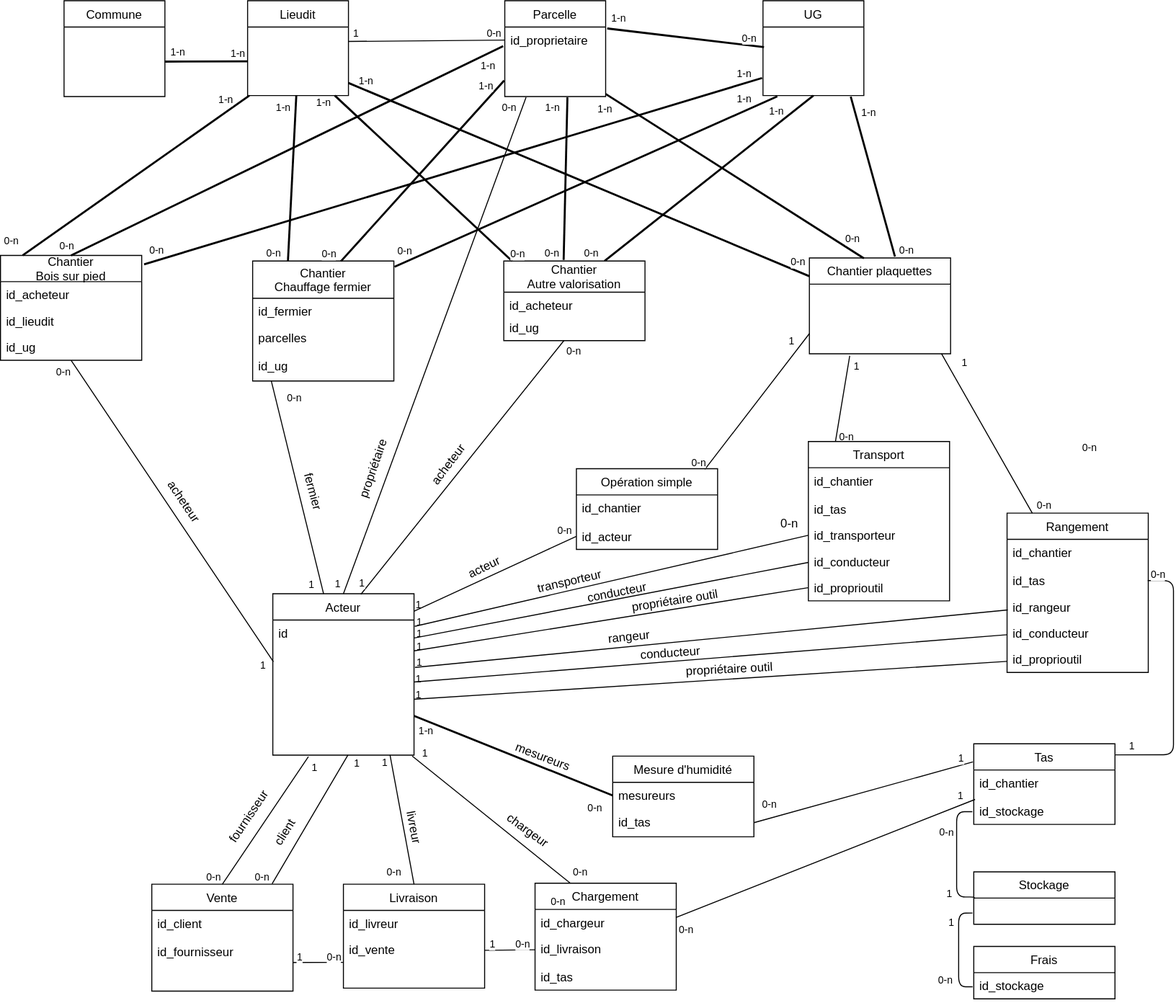
Before: docs/mcd-bdl.svg, a diagram exported from draw.io (bdlarzac/chantiers). Source tidied: cells renumbered, new cells last; positions are measured from the earlier drawing's top-left corner, leaving out a move shared by most shapes.
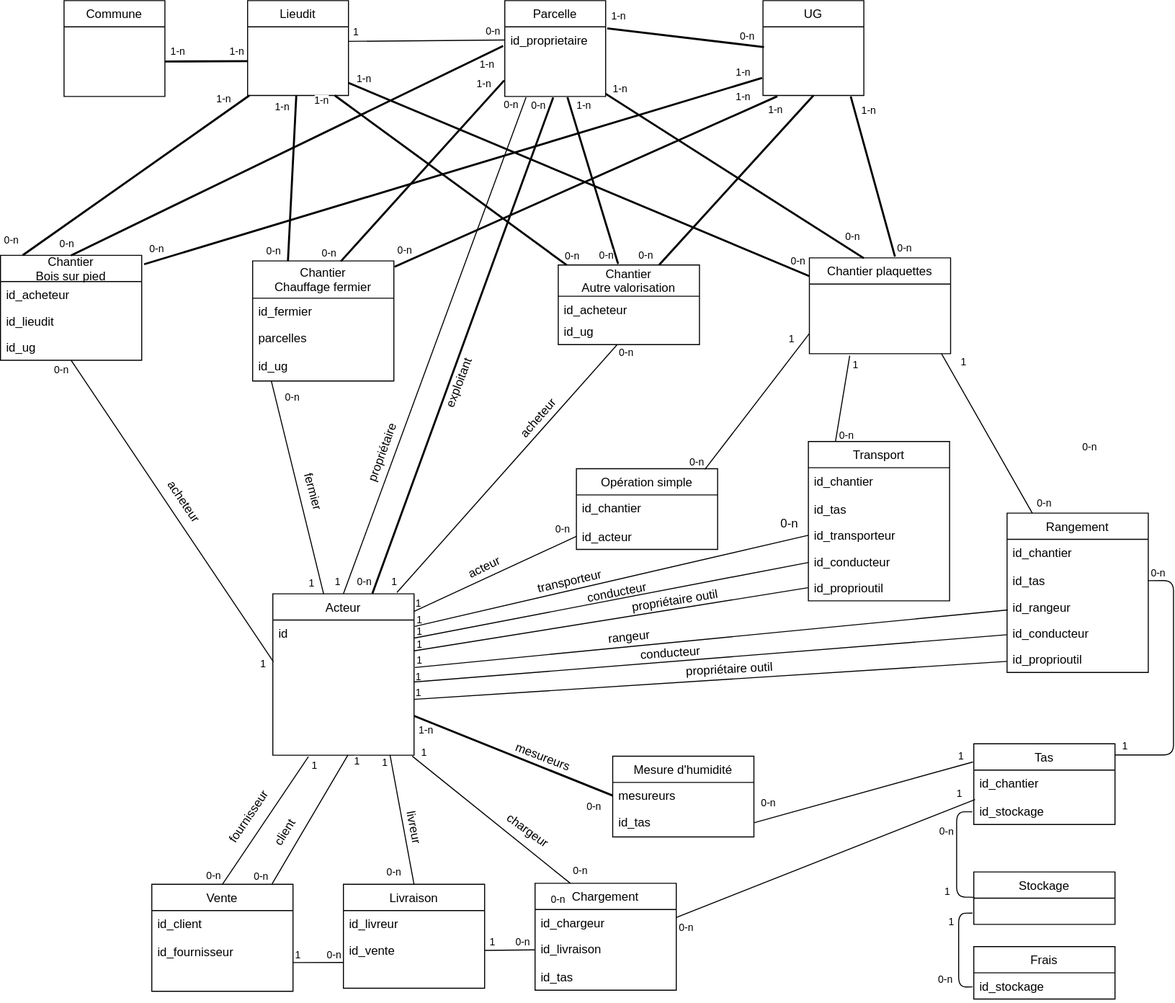
After the commit.

Change to the diagram source:
```diff
@@ -109,12 +109,12 @@
         <mxPoint x="-17.7" y="17.1" as="offset" />
       </mxGeometry>
     </mxCell>
-    <mxCell id="26" style="endArrow=none;html=1;exitX=0.624;exitY=0.003;exitDx=0;exitDy=0;exitPerimeter=0;" parent="1" edge="1" source="11" target="117">
+    <mxCell id="26" style="endArrow=none;html=1;exitX=0.879;exitY=-0.008;exitDx=0;exitDy=0;exitPerimeter=0;" parent="1" edge="1" source="11" target="117">
       <mxGeometry relative="1" as="geometry" />
     </mxCell>
     <mxCell id="27" value="1" style="html=1;align=left;verticalAlign=bottom;labelBackgroundColor=#ffffff;fontSize=10;" parent="26" vertex="1">
       <mxGeometry x="-1" relative="1" as="geometry">
-        <mxPoint x="-3.4" y="-4.5" as="offset" />
+        <mxPoint x="-7.1" y="-1.7" as="offset" />
       </mxGeometry>
     </mxCell>
     <mxCell id="28" value="0-n" style="html=1;align=right;verticalAlign=bottom;labelBackgroundColor=#ffffff;fontSize=10;" parent="26" vertex="1">
@@ -161,7 +161,7 @@
     </mxCell>
     <mxCell id="37" value="0-n" style="html=1;align=right;verticalAlign=bottom;labelBackgroundColor=#ffffff;fontSize=10;" parent="35" vertex="1">
       <mxGeometry x="1" relative="1" as="geometry">
-        <mxPoint x="-10.4" y="17.8" as="offset" />
+        <mxPoint x="-6.1" y="16.1" as="offset" />
       </mxGeometry>
     </mxCell>
     <mxCell id="38" style="endArrow=none;html=1;strokeWidth=2;entryX=0.606;entryY=-0.014;entryDx=0;entryDy=0;entryPerimeter=0;" parent="1" edge="1" target="99">
@@ -300,7 +300,7 @@
     </mxCell>
     <mxCell id="67" value="1" style="html=1;align=right;verticalAlign=bottom;labelBackgroundColor=#ffffff;fontSize=10;" parent="66" vertex="1">
       <mxGeometry x="1" relative="1" as="geometry">
-        <mxPoint x="20" y="-1" as="offset" />
+        <mxPoint x="14" y="0.3" as="offset" />
       </mxGeometry>
     </mxCell>
     <mxCell id="68" value="0-n" style="html=1;align=left;verticalAlign=bottom;labelBackgroundColor=#ffffff;fontSize=10;" parent="66" vertex="1">
@@ -489,20 +489,11 @@
     <mxCell id="114" value="transporteur" style="text;html=1;strokeColor=none;fillColor=none;align=center;verticalAlign=middle;whiteSpace=wrap;rounded=0;rotation=347;" parent="1" vertex="1">
       <mxGeometry x="534" y="566" width="61" height="20" as="geometry" />
     </mxCell>
-    <mxCell id="115" value="Chantier&#10;Autre valorisation" style="swimlane;fontStyle=0;horizontal=1;startSize=31;fillColor=none;" parent="1" vertex="1">
-      <mxGeometry x="499" y="258" width="140" height="79" as="geometry" />
-    </mxCell>
-    <mxCell id="116" value="id_acheteur" style="text;strokeColor=none;fillColor=none;align=left;verticalAlign=top;spacingLeft=4;spacingRight=4;overflow=hidden;" parent="115" vertex="1">
-      <mxGeometry y="31" width="140" height="22" as="geometry" />
-    </mxCell>
-    <mxCell id="117" value="id_ug" style="text;strokeColor=none;fillColor=none;align=left;verticalAlign=top;spacingLeft=4;spacingRight=4;overflow=hidden;points=[[0,0.5],[1,0.5]];portConstraint=eastwest;" parent="115" vertex="1">
-      <mxGeometry y="53" width="140" height="26" as="geometry" />
-    </mxCell>
-    <mxCell id="118" value="acheteur" style="text;html=1;strokeColor=none;fillColor=none;align=center;verticalAlign=middle;whiteSpace=wrap;rounded=0;rotation=307;" parent="1" vertex="1">
-      <mxGeometry x="416" y="450" width="57" height="20" as="geometry" />
+    <mxCell id="118" value="acheteur" style="text;html=1;strokeColor=none;fillColor=none;align=center;verticalAlign=middle;whiteSpace=wrap;rounded=0;rotation=311;" parent="1" vertex="1">
+      <mxGeometry x="505" y="404" width="57" height="20" as="geometry" />
     </mxCell>
-    <mxCell id="119" value="propriétaire" style="text;html=1;strokeColor=none;fillColor=none;align=center;verticalAlign=middle;whiteSpace=wrap;rounded=0;rotation=289;" parent="1" vertex="1">
-      <mxGeometry x="337" y="454" width="66" height="20" as="geometry" />
+    <mxCell id="119" value="propriétaire" style="text;html=1;strokeColor=none;fillColor=none;align=center;verticalAlign=middle;whiteSpace=wrap;rounded=0;rotation=290;" parent="1" vertex="1">
+      <mxGeometry x="346" y="438" width="66" height="20" as="geometry" />
     </mxCell>
     <mxCell id="120" value="acteur" style="text;html=1;strokeColor=none;fillColor=none;align=center;verticalAlign=middle;whiteSpace=wrap;rounded=0;rotation=334;" parent="1" vertex="1">
       <mxGeometry x="460" y="552" width="40" height="20" as="geometry" />
@@ -532,7 +523,7 @@
     </mxCell>
     <mxCell id="128" value="1-n" style="html=1;align=right;verticalAlign=bottom;labelBackgroundColor=#ffffff;fontSize=10;" parent="126" vertex="1">
       <mxGeometry x="1" relative="1" as="geometry">
-        <mxPoint x="-8.1" y="17.7" as="offset" />
+        <mxPoint x="24.9" y="17.4" as="offset" />
       </mxGeometry>
     </mxCell>
     <mxCell id="129" style="endArrow=none;html=1;strokeWidth=2;exitX=0.386;exitY=0.004;exitDx=0;exitDy=0;exitPerimeter=0;" parent="1" edge="1" source="99" target="124">
@@ -545,7 +536,7 @@
     </mxCell>
     <mxCell id="131" value="1-n" style="html=1;align=right;verticalAlign=bottom;labelBackgroundColor=#ffffff;fontSize=10;" parent="129" vertex="1">
       <mxGeometry x="1" relative="1" as="geometry">
-        <mxPoint x="6.4" y="22" as="offset" />
+        <mxPoint x="23.1" y="3.7" as="offset" />
       </mxGeometry>
     </mxCell>
     <mxCell id="132" style="endArrow=none;html=1;strokeWidth=2;exitX=0.5;exitY=0;exitDx=0;exitDy=0;entryX=-0.016;entryY=0.274;entryDx=0;entryDy=0;entryPerimeter=0;" parent="1" edge="1" source="47" target="124">
@@ -769,5 +760,32 @@
     <mxCell id="190" value="rangeur" style="text;html=1;strokeColor=none;fillColor=none;align=center;verticalAlign=middle;whiteSpace=wrap;rounded=0;rotation=354;" parent="1" vertex="1">
       <mxGeometry x="593" y="621" width="61" height="20" as="geometry" />
     </mxCell>
+    <mxCell id="115" value="Chantier&#10;Autre valorisation" style="swimlane;fontStyle=0;horizontal=1;startSize=31;fillColor=none;" parent="1" vertex="1">
+      <mxGeometry x="553" y="262" width="140" height="79" as="geometry" />
+    </mxCell>
+    <mxCell id="116" value="id_acheteur" style="text;strokeColor=none;fillColor=none;align=left;verticalAlign=top;spacingLeft=4;spacingRight=4;overflow=hidden;" parent="115" vertex="1">
+      <mxGeometry y="31" width="140" height="22" as="geometry" />
+    </mxCell>
+    <mxCell id="117" value="id_ug" style="text;strokeColor=none;fillColor=none;align=left;verticalAlign=top;spacingLeft=4;spacingRight=4;overflow=hidden;points=[[0,0.5],[1,0.5]];portConstraint=eastwest;" parent="115" vertex="1">
+      <mxGeometry y="53" width="140" height="26" as="geometry" />
+    </mxCell>
+    <mxCell id="191" style="endArrow=none;html=1;strokeWidth=2;exitX=0.705;exitY=-0.002;exitDx=0;exitDy=0;exitPerimeter=0;" parent="1" edge="1" source="11">
+      <mxGeometry relative="1" as="geometry">
+        <mxPoint x="548" y="96" as="targetPoint" />
+      </mxGeometry>
+    </mxCell>
+    <mxCell id="192" value="0-n" style="html=1;align=left;verticalAlign=bottom;labelBackgroundColor=#ffffff;fontSize=10;" parent="191" vertex="1">
+      <mxGeometry x="-1" relative="1" as="geometry">
+        <mxPoint x="-16.7" y="-2.7" as="offset" />
+      </mxGeometry>
+    </mxCell>
+    <mxCell id="193" value="0-n" style="html=1;align=right;verticalAlign=bottom;labelBackgroundColor=#ffffff;fontSize=10;" parent="191" vertex="1">
+      <mxGeometry x="1" relative="1" as="geometry">
+        <mxPoint x="-6" y="16.9" as="offset" />
+      </mxGeometry>
+    </mxCell>
+    <mxCell id="194" value="exploitant" style="text;html=1;strokeColor=none;fillColor=none;align=center;verticalAlign=middle;whiteSpace=wrap;rounded=0;rotation=291;" parent="1" vertex="1">
+      <mxGeometry x="422" y="369" width="66" height="20" as="geometry" />
+    </mxCell>
   </root>
 </mxGraphModel>
```
